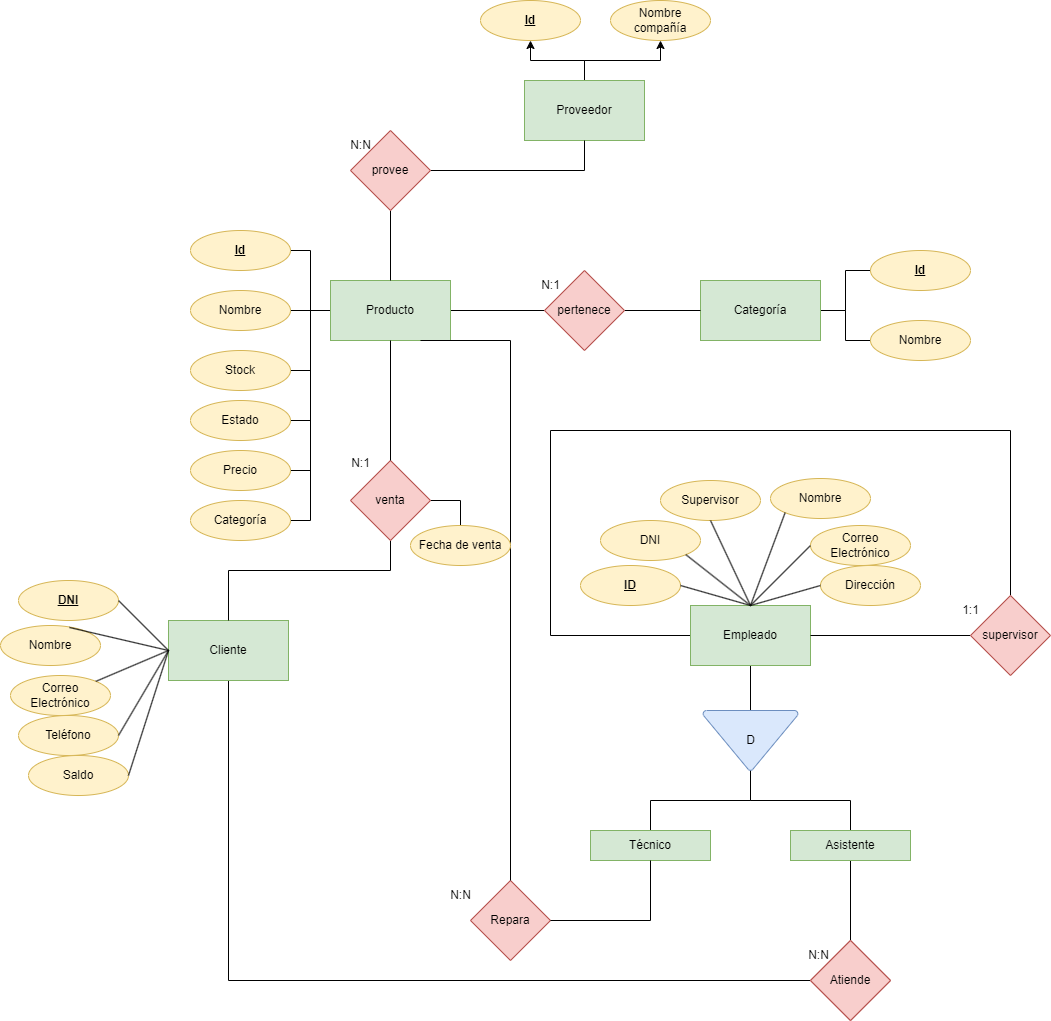
This is imagenes/ImagenTienda.png from JesusSB06/TiendaAD, a draw.io export, as it was before one commit. Source tidied: cells renumbered, new cells last; positions are measured from the earlier drawing's top-left corner, leaving out a move shared by most shapes.
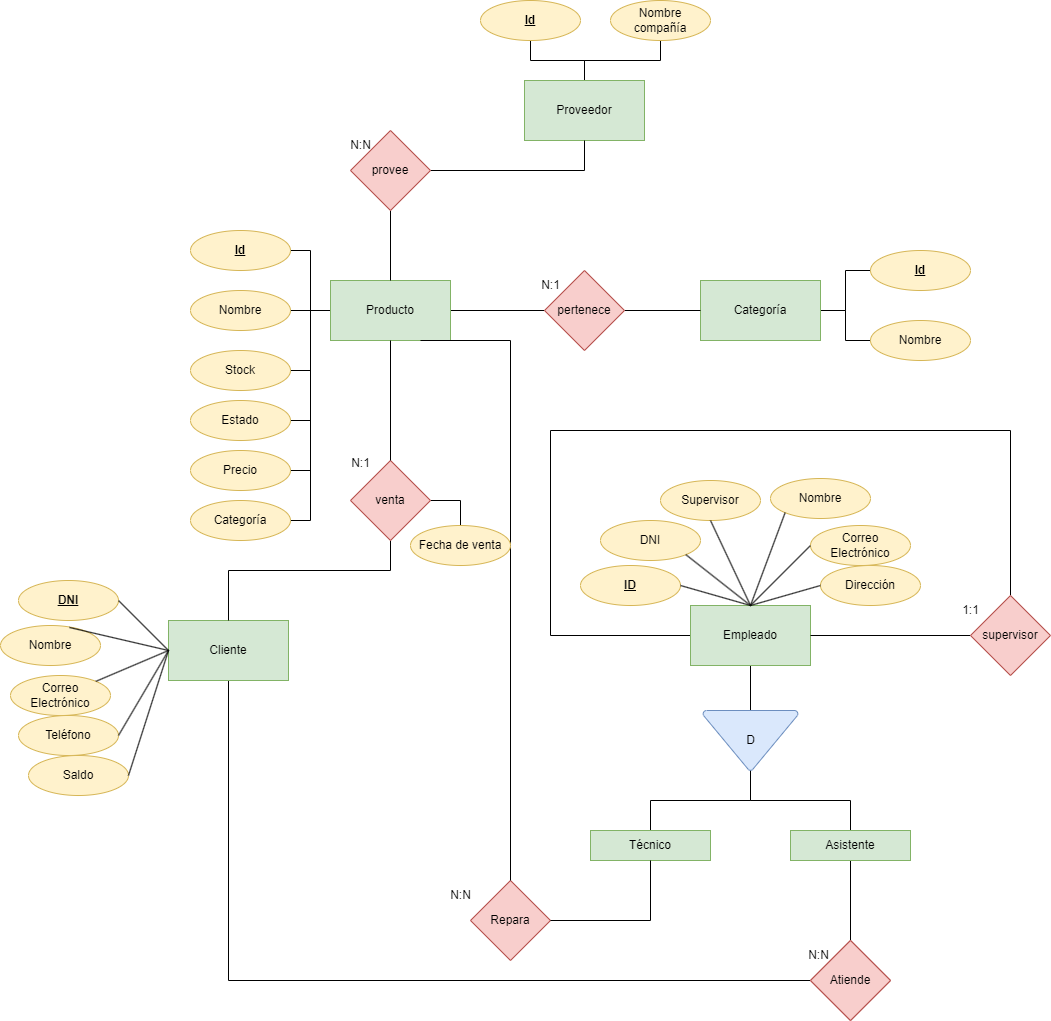
After the change.

Change to the diagram source:
```diff
@@ -65,10 +65,10 @@
     <mxCell id="22" value="Nombre" style="ellipse;whiteSpace=wrap;html=1;fillColor=#fff2cc;strokeColor=#d6b656;" parent="1" vertex="1">
       <mxGeometry x="870" y="320" width="100" height="40" as="geometry" />
     </mxCell>
-    <mxCell id="23" style="edgeStyle=orthogonalEdgeStyle;rounded=0;jettySize=auto;html=1;entryX=0.5;entryY=1;entryDx=0;entryDy=0;" parent="1" edge="1" source="25" target="26">
+    <mxCell id="23" style="edgeStyle=orthogonalEdgeStyle;rounded=0;jettySize=auto;html=1;entryX=0.5;entryY=1;entryDx=0;entryDy=0;endArrow=none;endFill=0;" parent="1" edge="1" source="25" target="26">
       <mxGeometry relative="1" as="geometry" />
     </mxCell>
-    <mxCell id="24" style="edgeStyle=orthogonalEdgeStyle;rounded=0;jettySize=auto;html=1;" parent="1" edge="1" source="25" target="27">
+    <mxCell id="24" style="edgeStyle=orthogonalEdgeStyle;rounded=0;jettySize=auto;html=1;endArrow=none;endFill=0;" parent="1" edge="1" source="25" target="27">
       <mxGeometry relative="1" as="geometry" />
     </mxCell>
     <mxCell id="25" value="Proveedor" style="rounded=0;whiteSpace=wrap;html=1;fillColor=#d5e8d4;strokeColor=#82b366;" parent="1" vertex="1">
```
